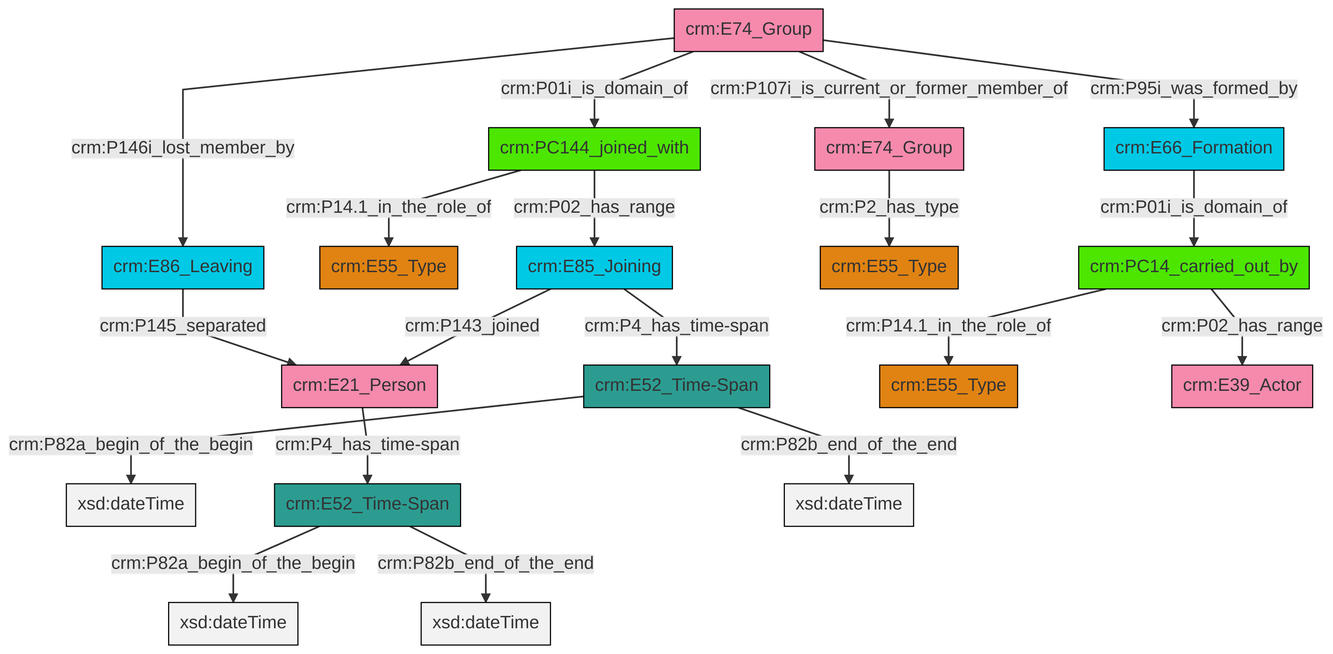
swiss-art-research-net/reference-data-models keeps this Mermaid diagram as et/groupCSV/ttl/mmd/png/group_actor_relations.png. Above is the earlier version. Its source is kept beside it as et/groupCSV/ttl/mmd/group_actor_relations.ttl.mmd.
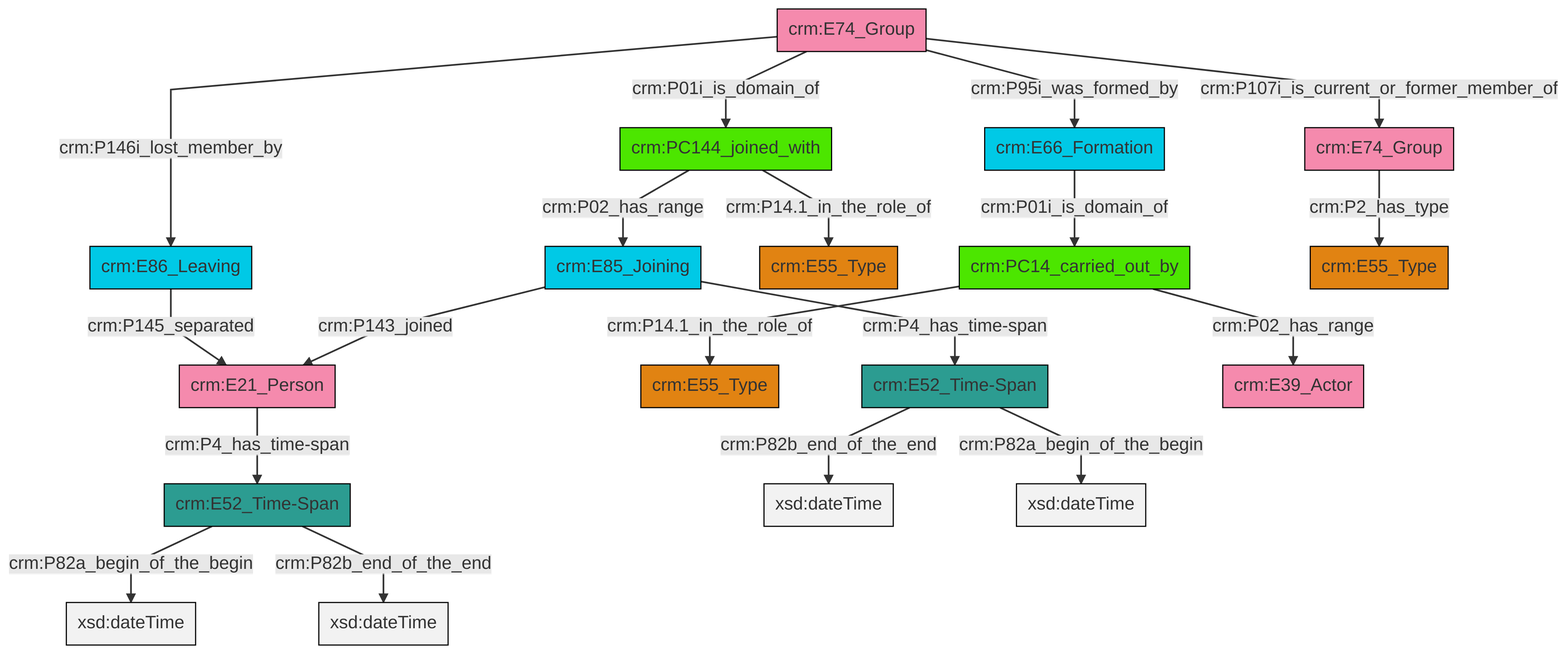
After the change.

What changed in the source:
```diff
@@ -13,21 +13,21 @@
 classDef PC_Classes fill:#4ce600, stroke:#000000;
 classDef Multi fill:#cccccc,stroke:#000000;
 
-0["crm:E86_Leaving"]:::Temporal_Entity -->|crm:P145_separated| 1["crm:E21_Person"]:::Actor
-2["crm:E52_Time-Span"]:::Time-Span -->|crm:P82a_begin_of_the_begin| 3[xsd:dateTime]:::Literal
-6["crm:E52_Time-Span"]:::Time-Span -->|crm:P82a_begin_of_the_begin| 7[xsd:dateTime]:::Literal
-4["crm:PC144_joined_with"]:::PC_Classes -->|crm:P14.1_in_the_role_of| 10["crm:E55_Type"]:::Type
-1["crm:E21_Person"]:::Actor -->|crm:P4_has_time-span| 6["crm:E52_Time-Span"]:::Time-Span
-16["crm:E74_Group"]:::Actor -->|crm:P01i_is_domain_of| 4["crm:PC144_joined_with"]:::PC_Classes
-8["crm:E66_Formation"]:::Temporal_Entity -->|crm:P01i_is_domain_of| 17["crm:PC14_carried_out_by"]:::PC_Classes
-17["crm:PC14_carried_out_by"]:::PC_Classes -->|crm:P02_has_range| 21["crm:E39_Actor"]:::Actor
-6["crm:E52_Time-Span"]:::Time-Span -->|crm:P82b_end_of_the_end| 22[xsd:dateTime]:::Literal
-16["crm:E74_Group"]:::Actor -->|crm:P107i_is_current_or_former_member_of| 14["crm:E74_Group"]:::Actor
-23["crm:E85_Joining"]:::Temporal_Entity -->|crm:P143_joined| 1["crm:E21_Person"]:::Actor
-17["crm:PC14_carried_out_by"]:::PC_Classes -->|crm:P14.1_in_the_role_of| 11["crm:E55_Type"]:::Type
-16["crm:E74_Group"]:::Actor -->|crm:P95i_was_formed_by| 8["crm:E66_Formation"]:::Temporal_Entity
-16["crm:E74_Group"]:::Actor -->|crm:P146i_lost_member_by| 0["crm:E86_Leaving"]:::Temporal_Entity
-23["crm:E85_Joining"]:::Temporal_Entity -->|crm:P4_has_time-span| 2["crm:E52_Time-Span"]:::Time-Span
-14["crm:E74_Group"]:::Actor -->|crm:P2_has_type| 18["crm:E55_Type"]:::Type
-2["crm:E52_Time-Span"]:::Time-Span -->|crm:P82b_end_of_the_end| 30[xsd:dateTime]:::Literal
-4["crm:PC144_joined_with"]:::PC_Classes -->|crm:P02_has_range| 23["crm:E85_Joining"]:::Temporal_Entity
+0["crm:E66_Formation"]:::Temporal_Entity -->|crm:P01i_is_domain_of| 1["crm:PC14_carried_out_by"]:::PC_Classes
+2["crm:PC144_joined_with"]:::PC_Classes -->|crm:P02_has_range| 3["crm:E85_Joining"]:::Temporal_Entity
+2["crm:PC144_joined_with"]:::PC_Classes -->|crm:P14.1_in_the_role_of| 4["crm:E55_Type"]:::Type
+5["crm:E52_Time-Span"]:::Time-Span -->|crm:P82a_begin_of_the_begin| 6[xsd:dateTime]:::Literal
+7["crm:E86_Leaving"]:::Temporal_Entity -->|crm:P145_separated| 8["crm:E21_Person"]:::Actor
+9["crm:E74_Group"]:::Actor -->|crm:P146i_lost_member_by| 7["crm:E86_Leaving"]:::Temporal_Entity
+3["crm:E85_Joining"]:::Temporal_Entity -->|crm:P143_joined| 8["crm:E21_Person"]:::Actor
+3["crm:E85_Joining"]:::Temporal_Entity -->|crm:P4_has_time-span| 14["crm:E52_Time-Span"]:::Time-Span
+9["crm:E74_Group"]:::Actor -->|crm:P95i_was_formed_by| 0["crm:E66_Formation"]:::Temporal_Entity
+9["crm:E74_Group"]:::Actor -->|crm:P01i_is_domain_of| 2["crm:PC144_joined_with"]:::PC_Classes
+14["crm:E52_Time-Span"]:::Time-Span -->|crm:P82b_end_of_the_end| 17[xsd:dateTime]:::Literal
+14["crm:E52_Time-Span"]:::Time-Span -->|crm:P82a_begin_of_the_begin| 24[xsd:dateTime]:::Literal
+8["crm:E21_Person"]:::Actor -->|crm:P4_has_time-span| 5["crm:E52_Time-Span"]:::Time-Span
+1["crm:PC14_carried_out_by"]:::PC_Classes -->|crm:P02_has_range| 25["crm:E39_Actor"]:::Actor
+9["crm:E74_Group"]:::Actor -->|crm:P107i_is_current_or_former_member_of| 26["crm:E74_Group"]:::Actor
+5["crm:E52_Time-Span"]:::Time-Span -->|crm:P82b_end_of_the_end| 29[xsd:dateTime]:::Literal
+1["crm:PC14_carried_out_by"]:::PC_Classes -->|crm:P14.1_in_the_role_of| 11["crm:E55_Type"]:::Type
+26["crm:E74_Group"]:::Actor -->|crm:P2_has_type| 18["crm:E55_Type"]:::Type
```
